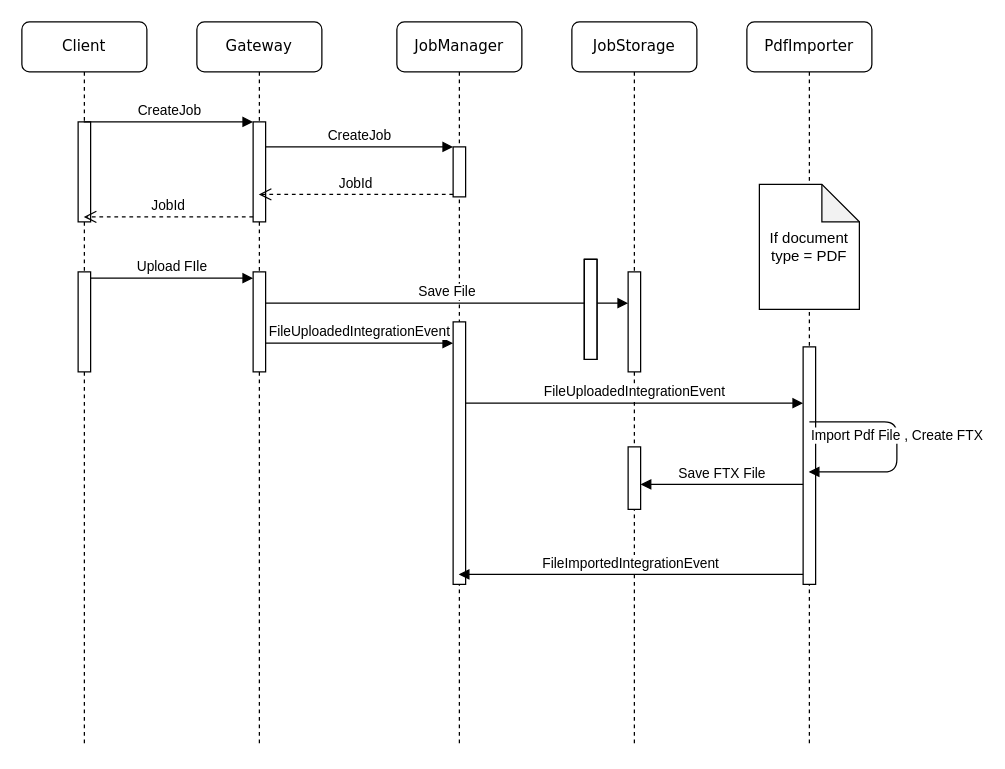
The draw.io diagram Untitled Diagram.drawio in HeidarMamosian/Test, before the edit. Source tidied: cells renumbered, new cells numbered last; positions are measured from the earlier drawing's top-left corner, leaving out a move shared by most shapes. Both pictures are drawn from the tidied source at 125%, with x=0, y=0 at pixel (21, 21).
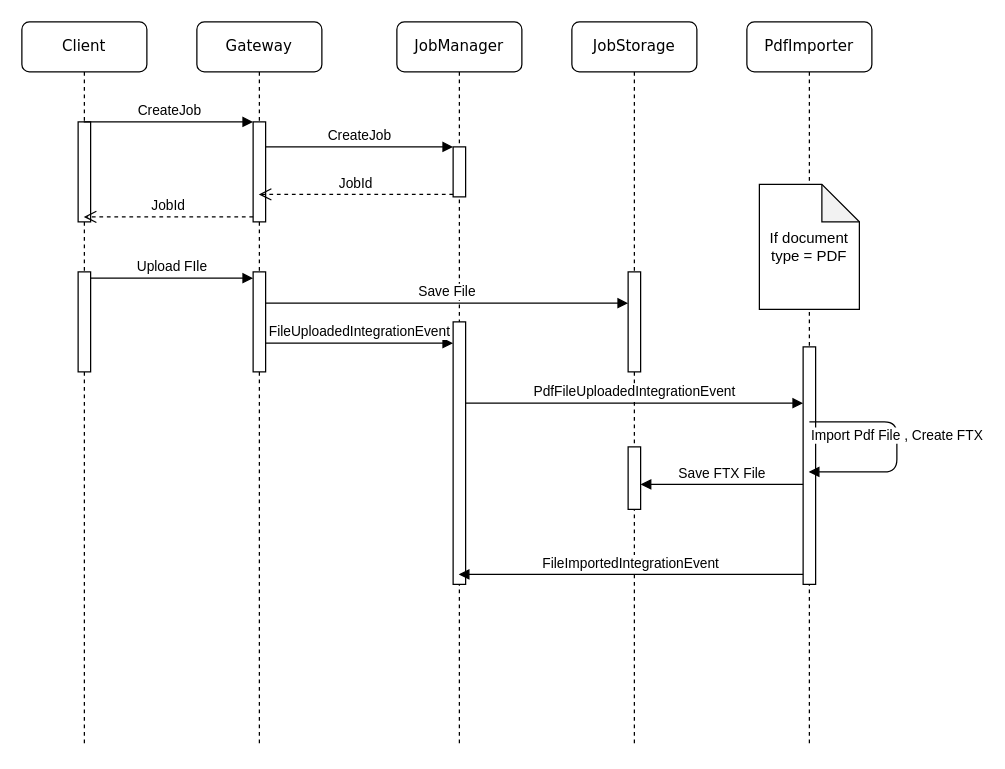
The same page after the edit.

Change to the diagram source:
```diff
@@
-    <mxCell id="24" style="html=1;perimeter=orthogonalPerimeter;" parent="1" vertex="1">
-      <mxGeometry x="450" y="190" width="10" height="80" as="geometry" />
-    </mxCell>
-    <mxCell id="25" style="html=1;perimeter=orthogonalPerimeter;" parent="1" vertex="1">
-      <mxGeometry x="450" y="190" width="10" height="80" as="geometry" />
-    </mxCell>
-    <mxCell id="26" style="html=1;perimeter=orthogonalPerimeter;" parent="1" vertex="1">
-      <mxGeometry x="450" y="190" width="10" height="80" as="geometry" />
-    </mxCell>
-    <mxCell id="27" value="FileUploadedIntegrationEvent" style="html=1;verticalAlign=bottom;endArrow=block;" parent="1" edge="1">
+    <mxCell id="27" value="PdfFileUploadedIntegrationEvent" style="html=1;verticalAlign=bottom;endArrow=block;" parent="1" edge="1">
       <mxGeometry relative="1" as="geometry">
         <mxPoint x="355" y="305" as="sourcePoint" />
         <mxPoint x="625" y="305" as="targetPoint" />
       </mxGeometry>
     </mxCell>
```
